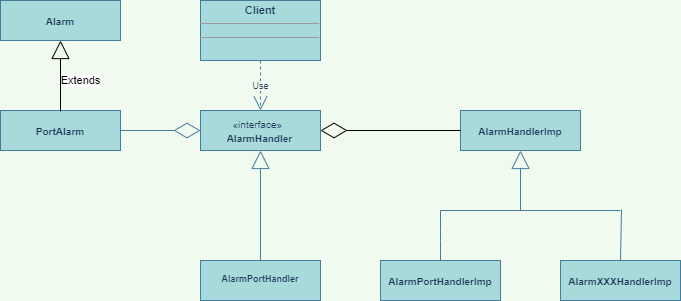
The draw.io diagram Untitled Diagram.png in Steve888888/FN-Redundancy, before a commit. Source tidied: cells renumbered, new cells last; positions are measured from the earlier drawing's top-left corner, leaving out a move shared by most shapes. Source of this version:
```xml
<mxGraphModel background="#F1FAEE">
  <root>
    <mxCell id="0" />
    <mxCell id="1" parent="0" />
    <mxCell id="2" value="&lt;p style=&quot;margin: 4px 0px 0px ; text-align: center ; font-size: 10px&quot;&gt;&lt;br&gt;&lt;b&gt;AlarmXXXHandlerImp&lt;/b&gt;&lt;/p&gt;" style="verticalAlign=top;align=left;overflow=fill;fontSize=12;fontFamily=Helvetica;html=1;fillColor=#A8DADC;strokeColor=#457B9D;fontColor=#1D3557;" parent="1" vertex="1">
      <mxGeometry x="560" y="260" width="120" height="40" as="geometry" />
    </mxCell>
    <mxCell id="3" value="&lt;p style=&quot;margin: 4px 0px 0px ; text-align: center ; font-size: 10px&quot;&gt;&lt;br&gt;&lt;b&gt;AlarmHandlerImp&lt;/b&gt;&lt;/p&gt;" style="verticalAlign=top;align=left;overflow=fill;fontSize=12;fontFamily=Helvetica;html=1;fillColor=#A8DADC;strokeColor=#457B9D;fontColor=#1D3557;" parent="1" vertex="1">
      <mxGeometry x="460" y="110" width="120" height="40" as="geometry" />
    </mxCell>
    <mxCell id="4" value="&lt;p style=&quot;margin: 4px 0px 0px ; text-align: center ; font-size: 10px&quot;&gt;&lt;b&gt;&lt;br&gt;AlarmPortHandlerImp&lt;/b&gt;&lt;/p&gt;" style="verticalAlign=top;align=left;overflow=fill;fontSize=12;fontFamily=Helvetica;html=1;fillColor=#A8DADC;strokeColor=#457B9D;fontColor=#1D3557;" parent="1" vertex="1">
      <mxGeometry x="380" y="260" width="120" height="40" as="geometry" />
    </mxCell>
    <mxCell id="5" style="endArrow=block;endSize=16;endFill=0;html=1;strokeColor=#457B9D;fontColor=#1D3557;labelBackgroundColor=#F1FAEE;" parent="1" edge="1">
      <mxGeometry x="1" y="10" relative="1" as="geometry">
        <mxPoint x="520" y="210" as="sourcePoint" />
        <mxPoint x="520" y="150" as="targetPoint" />
      </mxGeometry>
    </mxCell>
    <mxCell id="6" style="endArrow=none;html=1;strokeColor=#457B9D;fontColor=#1D3557;labelBackgroundColor=#F1FAEE;" parent="1" edge="1">
      <mxGeometry relative="1" as="geometry">
        <mxPoint x="440" y="210" as="sourcePoint" />
        <mxPoint x="620" y="210" as="targetPoint" />
      </mxGeometry>
    </mxCell>
    <mxCell id="7" style="endArrow=none;html=1;strokeColor=#457B9D;fontColor=#1D3557;labelBackgroundColor=#F1FAEE;" parent="1" edge="1">
      <mxGeometry relative="1" as="geometry">
        <mxPoint x="440" y="260" as="sourcePoint" />
        <mxPoint x="440" y="210" as="targetPoint" />
        <Array as="points">
          <mxPoint x="440" y="240" />
        </Array>
      </mxGeometry>
    </mxCell>
    <mxCell id="8" style="endArrow=none;html=1;strokeColor=#457B9D;fontColor=#1D3557;labelBackgroundColor=#F1FAEE;" parent="1" edge="1">
      <mxGeometry relative="1" as="geometry">
        <mxPoint x="620" y="260" as="sourcePoint" />
        <mxPoint x="621" y="209" as="targetPoint" />
      </mxGeometry>
    </mxCell>
    <mxCell id="9" style="edgeStyle=none;orthogonalLoop=1;jettySize=auto;html=0;exitX=0.5;exitY=0;exitDx=0;exitDy=0;endArrow=block;endFill=0;endSize=16;strokeColor=#457B9D;fontColor=#1D3557;labelBackgroundColor=#F1FAEE;" parent="1" edge="1" source="4" target="4">
      <mxGeometry relative="1" as="geometry" />
    </mxCell>
    <mxCell id="10" style="edgeStyle=none;orthogonalLoop=1;jettySize=auto;html=0;exitX=1;exitY=0.5;exitDx=0;exitDy=0;endArrow=block;endFill=0;endSize=16;fontSize=9;strokeColor=#457B9D;fontColor=#1D3557;labelBackgroundColor=#F1FAEE;" parent="1" edge="1" source="4" target="4">
      <mxGeometry relative="1" as="geometry" />
    </mxCell>
    <mxCell id="11" style="edgeStyle=none;orthogonalLoop=1;jettySize=auto;html=0;exitX=0;exitY=0.5;exitDx=0;exitDy=0;endArrow=block;endFill=0;endSize=16;fontSize=9;strokeColor=#457B9D;fontColor=#1D3557;labelBackgroundColor=#F1FAEE;" parent="1" edge="1" source="4" target="4">
      <mxGeometry relative="1" as="geometry" />
    </mxCell>
    <mxCell id="12" style="edgeStyle=none;orthogonalLoop=1;jettySize=auto;html=0;exitX=0.25;exitY=0;exitDx=0;exitDy=0;endArrow=block;endFill=0;endSize=16;fontSize=9;strokeColor=#457B9D;fontColor=#1D3557;labelBackgroundColor=#F1FAEE;" parent="1" edge="1" source="2" target="2">
      <mxGeometry relative="1" as="geometry" />
    </mxCell>
    <mxCell id="13" value="&lt;p style=&quot;margin: 4px 0px 0px ; text-align: center ; font-size: 9px&quot;&gt;&lt;br&gt;&lt;b&gt;AlarmPortHandler&lt;/b&gt;&lt;br&gt;&lt;/p&gt;" style="verticalAlign=top;align=left;overflow=fill;fontSize=12;fontFamily=Helvetica;html=1;fillColor=#A8DADC;strokeColor=#457B9D;fontColor=#1D3557;" parent="1" vertex="1">
      <mxGeometry x="200" y="260" width="120" height="40" as="geometry" />
    </mxCell>
    <mxCell id="14" value="&lt;font style=&quot;font-size: 10px&quot;&gt;&amp;nbsp; &amp;nbsp; &amp;nbsp; &amp;nbsp; &amp;nbsp; &amp;nbsp;«interface»&lt;br&gt;&lt;b&gt;&amp;nbsp; &amp;nbsp; &amp;nbsp; &amp;nbsp; &amp;nbsp;AlarmHandler&lt;/b&gt;&lt;/font&gt;" style="html=1;align=left;fillColor=#A8DADC;strokeColor=#457B9D;fontColor=#1D3557;" parent="1" vertex="1">
      <mxGeometry x="200" y="110" width="120" height="40" as="geometry" />
    </mxCell>
    <mxCell id="15" style="edgeStyle=none;orthogonalLoop=1;jettySize=auto;html=0;exitX=0.5;exitY=0;exitDx=0;exitDy=0;endArrow=block;endFill=0;endSize=16;fontSize=9;strokeColor=#457B9D;fontColor=#1D3557;labelBackgroundColor=#F1FAEE;" parent="1" edge="1" source="14" target="14">
      <mxGeometry relative="1" as="geometry" />
    </mxCell>
    <mxCell id="16" style="endArrow=block;endSize=16;endFill=0;html=1;fontSize=9;strokeColor=#457B9D;fontColor=#1D3557;labelBackgroundColor=#F1FAEE;" parent="1" edge="1">
      <mxGeometry relative="1" as="geometry">
        <mxPoint x="260" y="260" as="sourcePoint" />
        <mxPoint x="260" y="150" as="targetPoint" />
      </mxGeometry>
    </mxCell>
    <mxCell id="17" value="&lt;p style=&quot;margin: 4px 0px 0px ; text-align: center ; font-size: 11px&quot;&gt;&lt;b&gt;&lt;font style=&quot;font-size: 11px&quot;&gt;Client&lt;/font&gt;&lt;/b&gt;&lt;/p&gt;&lt;hr size=&quot;1&quot; style=&quot;font-size: 11px&quot;&gt;&lt;div style=&quot;height: 2px ; font-size: 11px&quot;&gt;&lt;/div&gt;&lt;hr size=&quot;1&quot; style=&quot;font-size: 11px&quot;&gt;&lt;div style=&quot;height: 2px ; font-size: 11px&quot;&gt;&lt;/div&gt;" style="verticalAlign=top;align=left;overflow=fill;fontSize=12;fontFamily=Helvetica;html=1;fillColor=#A8DADC;strokeColor=#457B9D;fontColor=#1D3557;" parent="1" vertex="1">
      <mxGeometry x="200" width="120" height="60" as="geometry" />
    </mxCell>
    <mxCell id="18" value="Use" style="endArrow=open;endSize=12;dashed=1;html=1;fontSize=9;exitX=0.5;exitY=1;exitDx=0;exitDy=0;entryX=0.5;entryY=0;entryDx=0;entryDy=0;strokeColor=#457B9D;fontColor=#1D3557;labelBackgroundColor=#F1FAEE;" parent="1" edge="1" source="17" target="14">
      <mxGeometry relative="1" as="geometry">
        <Array as="points">
          <mxPoint x="260" y="80" />
        </Array>
      </mxGeometry>
    </mxCell>
    <mxCell id="19" value="&lt;p style=&quot;margin: 4px 0px 0px ; text-align: center ; font-size: 10px&quot;&gt;&lt;br&gt;&lt;b&gt;PortAlarm&lt;/b&gt;&lt;/p&gt;" style="verticalAlign=top;align=left;overflow=fill;fontSize=12;fontFamily=Helvetica;html=1;fillColor=#A8DADC;strokeColor=#457B9D;fontColor=#1D3557;" parent="1" vertex="1">
      <mxGeometry y="110" width="120" height="40" as="geometry" />
    </mxCell>
    <mxCell id="20" style="endArrow=diamondThin;endFill=0;endSize=24;html=1;strokeColor=#457B9D;fillColor=#A8DADC;fontColor=#1D3557;labelBackgroundColor=#F1FAEE;" parent="1" edge="1">
      <mxGeometry relative="1" as="geometry">
        <mxPoint x="120" y="130" as="sourcePoint" />
        <mxPoint x="200" y="130" as="targetPoint" />
      </mxGeometry>
    </mxCell>
    <mxCell id="21" style="endArrow=diamondThin;endFill=0;endSize=24;html=1;entryX=1;entryY=0.5;entryDx=0;entryDy=0;exitX=0;exitY=0.5;exitDx=0;exitDy=0;" parent="1" edge="1" source="3" target="14">
      <mxGeometry relative="1" as="geometry" />
    </mxCell>
    <mxCell id="22" value="&lt;p style=&quot;margin: 4px 0px 0px ; text-align: center ; font-size: 10px&quot;&gt;&lt;br&gt;&lt;b&gt;Alarm&lt;/b&gt;&lt;/p&gt;" style="verticalAlign=top;align=left;overflow=fill;fontSize=12;fontFamily=Helvetica;html=1;fillColor=#A8DADC;strokeColor=#457B9D;fontColor=#1D3557;" parent="1" vertex="1">
      <mxGeometry width="120" height="40" as="geometry" />
    </mxCell>
    <mxCell id="23" value="Extends" style="endArrow=block;endSize=16;endFill=0;html=1;" parent="1" edge="1">
      <mxGeometry x="-0.13" y="-20" relative="1" as="geometry">
        <mxPoint x="60" y="111" as="sourcePoint" />
        <mxPoint x="60" y="40" as="targetPoint" />
      </mxGeometry>
    </mxCell>
  </root>
</mxGraphModel>
```
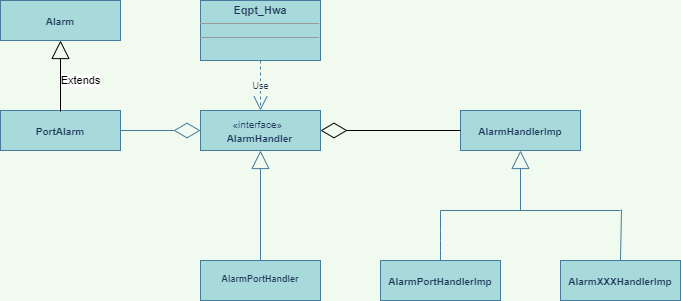
Later version of the same file.

Diff of the diagram source:
```diff
@@ -65,7 +65,7 @@
         <mxPoint x="260" y="150" as="targetPoint" />
       </mxGeometry>
     </mxCell>
-    <mxCell id="17" value="&lt;p style=&quot;margin: 4px 0px 0px ; text-align: center ; font-size: 11px&quot;&gt;&lt;b&gt;&lt;font style=&quot;font-size: 11px&quot;&gt;Client&lt;/font&gt;&lt;/b&gt;&lt;/p&gt;&lt;hr size=&quot;1&quot; style=&quot;font-size: 11px&quot;&gt;&lt;div style=&quot;height: 2px ; font-size: 11px&quot;&gt;&lt;/div&gt;&lt;hr size=&quot;1&quot; style=&quot;font-size: 11px&quot;&gt;&lt;div style=&quot;height: 2px ; font-size: 11px&quot;&gt;&lt;/div&gt;" style="verticalAlign=top;align=left;overflow=fill;fontSize=12;fontFamily=Helvetica;html=1;fillColor=#A8DADC;strokeColor=#457B9D;fontColor=#1D3557;" parent="1" vertex="1">
+    <mxCell id="17" value="&lt;p style=&quot;margin: 4px 0px 0px ; text-align: center ; font-size: 11px&quot;&gt;&lt;b&gt;&lt;font style=&quot;font-size: 11px&quot;&gt;Eqpt_Hwa&lt;/font&gt;&lt;/b&gt;&lt;/p&gt;&lt;hr size=&quot;1&quot; style=&quot;font-size: 11px&quot;&gt;&lt;div style=&quot;height: 2px ; font-size: 11px&quot;&gt;&lt;/div&gt;&lt;hr size=&quot;1&quot; style=&quot;font-size: 11px&quot;&gt;&lt;div style=&quot;height: 2px ; font-size: 11px&quot;&gt;&lt;/div&gt;" style="verticalAlign=top;align=left;overflow=fill;fontSize=12;fontFamily=Helvetica;html=1;fillColor=#A8DADC;strokeColor=#457B9D;fontColor=#1D3557;" parent="1" vertex="1">
       <mxGeometry x="200" width="120" height="60" as="geometry" />
     </mxCell>
     <mxCell id="18" value="Use" style="endArrow=open;endSize=12;dashed=1;html=1;fontSize=9;exitX=0.5;exitY=1;exitDx=0;exitDy=0;entryX=0.5;entryY=0;entryDx=0;entryDy=0;strokeColor=#457B9D;fontColor=#1D3557;labelBackgroundColor=#F1FAEE;" parent="1" edge="1" source="17" target="14">
```
